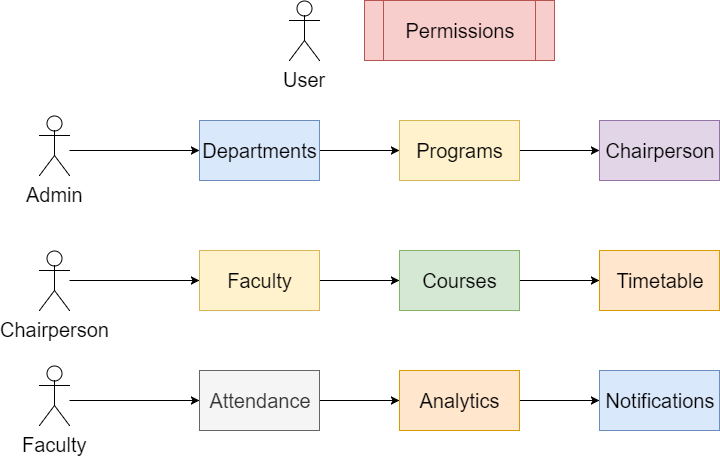
Above: docs/second_presentation/Features.png in pesumca/vibhaag (draw.io), before the change. Source tidied: cells renumbered, new cells last; positions are measured from the earlier drawing's top-left corner, leaving out a move shared by most shapes.
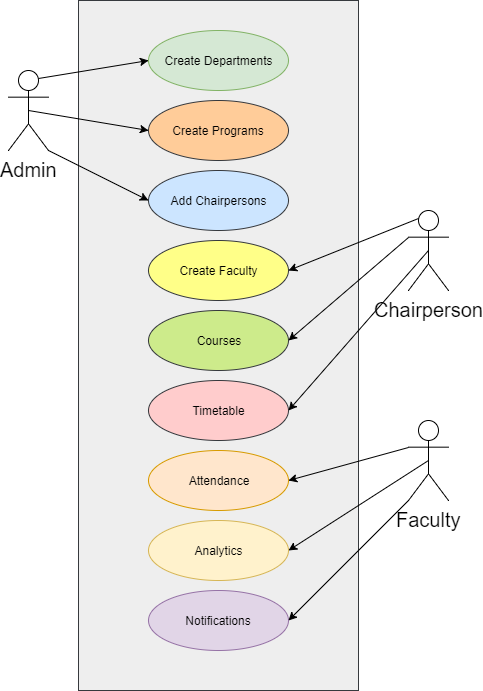
Above is the later version.

Diff of the diagram source:
```diff
@@ -2,79 +2,71 @@
   <root>
     <mxCell id="0" />
     <mxCell id="1" parent="0" />
-    <mxCell id="2" value="User" style="shape=umlActor;verticalLabelPosition=bottom;labelBackgroundColor=#ffffff;verticalAlign=top;html=1;fontSize=20;" parent="1" vertex="1">
-      <mxGeometry x="250" width="30" height="60" as="geometry" />
-    </mxCell>
+    <mxCell id="25" style="rounded=0;whiteSpace=wrap;html=1;fillColor=#eeeeee;strokeColor=#36393d;" parent="1" vertex="1">
+      <mxGeometry x="190" y="-10" width="280" height="690" as="geometry" />
+    </mxCell>
     <mxCell id="3" value="Admin" style="shape=umlActor;verticalLabelPosition=bottom;labelBackgroundColor=#ffffff;verticalAlign=top;html=1;outlineConnect=0;fontSize=20;" parent="1" vertex="1">
-      <mxGeometry y="115" width="30" height="60" as="geometry" />
+      <mxGeometry x="120" y="60" width="40" height="80" as="geometry" />
     </mxCell>
     <mxCell id="4" value="Faculty&lt;br style=&quot;font-size: 20px&quot;&gt;" style="shape=umlActor;verticalLabelPosition=bottom;labelBackgroundColor=#ffffff;verticalAlign=top;html=1;outlineConnect=0;fontSize=20;" parent="1" vertex="1">
-      <mxGeometry y="365" width="30" height="60" as="geometry" />
+      <mxGeometry x="520" y="410" width="40" height="80" as="geometry" />
     </mxCell>
-    <mxCell id="5" style="edgeStyle=orthogonalEdgeStyle;rounded=0;html=1;jettySize=auto;entryX=0;entryY=0.5;entryDx=0;entryDy=0;fontSize=20;" parent="1" edge="1" source="6" target="18">
-      <mxGeometry relative="1" as="geometry" />
-    </mxCell>
     <mxCell id="6" value="Chairperson" style="shape=umlActor;verticalLabelPosition=bottom;labelBackgroundColor=#ffffff;verticalAlign=top;html=1;outlineConnect=0;fontSize=20;" parent="1" vertex="1">
-      <mxGeometry y="250" width="30" height="60" as="geometry" />
+      <mxGeometry x="520" y="200" width="40" height="80" as="geometry" />
     </mxCell>
-    <mxCell id="7" style="edgeStyle=orthogonalEdgeStyle;rounded=0;html=1;jettySize=auto;fontSize=20;" parent="1" edge="1" source="8" target="10">
-      <mxGeometry relative="1" as="geometry" />
-    </mxCell>
-    <mxCell id="8" value="Departments" style="rounded=0;whiteSpace=wrap;html=1;fontSize=20;fillColor=#dae8fc;strokeColor=#6c8ebf;" parent="1" vertex="1">
-      <mxGeometry x="160" y="120" width="120" height="60" as="geometry" />
-    </mxCell>
-    <mxCell id="9" style="edgeStyle=orthogonalEdgeStyle;rounded=0;html=1;jettySize=auto;fontSize=20;" parent="1" edge="1" source="10" target="11">
-      <mxGeometry relative="1" as="geometry" />
-    </mxCell>
-    <mxCell id="10" value="Programs" style="rounded=0;whiteSpace=wrap;html=1;fontSize=20;fillColor=#fff2cc;strokeColor=#d6b656;" parent="1" vertex="1">
-      <mxGeometry x="360" y="120" width="120" height="60" as="geometry" />
-    </mxCell>
-    <mxCell id="11" value="Chairperson" style="rounded=0;whiteSpace=wrap;html=1;fontSize=20;fillColor=#e1d5e7;strokeColor=#9673a6;" parent="1" vertex="1">
-      <mxGeometry x="560" y="120" width="120" height="60" as="geometry" />
-    </mxCell>
-    <mxCell id="12" style="edgeStyle=orthogonalEdgeStyle;rounded=0;html=1;jettySize=auto;fontSize=20;" parent="1" edge="1" source="13" target="15">
-      <mxGeometry relative="1" as="geometry" />
-    </mxCell>
-    <mxCell id="13" value="Attendance" style="rounded=0;whiteSpace=wrap;html=1;fontSize=20;fillColor=#f5f5f5;strokeColor=#666666;fontColor=#333333;" parent="1" vertex="1">
-      <mxGeometry x="160" y="370" width="120" height="60" as="geometry" />
-    </mxCell>
-    <mxCell id="14" style="edgeStyle=orthogonalEdgeStyle;rounded=0;html=1;jettySize=auto;fontSize=20;" parent="1" edge="1" source="15" target="16">
-      <mxGeometry relative="1" as="geometry" />
-    </mxCell>
-    <mxCell id="15" value="Analytics" style="rounded=0;whiteSpace=wrap;html=1;fontSize=20;fillColor=#ffe6cc;strokeColor=#d79b00;" parent="1" vertex="1">
-      <mxGeometry x="360" y="370" width="120" height="60" as="geometry" />
-    </mxCell>
-    <mxCell id="16" value="Notifications" style="rounded=0;whiteSpace=wrap;html=1;fontSize=20;fillColor=#dae8fc;strokeColor=#6c8ebf;" parent="1" vertex="1">
-      <mxGeometry x="560" y="370" width="120" height="60" as="geometry" />
-    </mxCell>
-    <mxCell id="17" style="edgeStyle=orthogonalEdgeStyle;rounded=0;html=1;jettySize=auto;fontSize=20;" parent="1" edge="1" source="18" target="20">
-      <mxGeometry relative="1" as="geometry" />
-    </mxCell>
-    <mxCell id="18" value="Faculty" style="rounded=0;whiteSpace=wrap;html=1;fontSize=20;fillColor=#fff2cc;strokeColor=#d6b656;" parent="1" vertex="1">
-      <mxGeometry x="160" y="250" width="120" height="60" as="geometry" />
-    </mxCell>
-    <mxCell id="19" style="edgeStyle=orthogonalEdgeStyle;rounded=0;html=1;jettySize=auto;fontSize=20;" parent="1" edge="1" source="20" target="21">
-      <mxGeometry relative="1" as="geometry" />
-    </mxCell>
+    <mxCell id="26" value="&lt;font color=&quot;#000000&quot;&gt;Create Departments&lt;/font&gt;" style="ellipse;whiteSpace=wrap;html=1;fillColor=#d5e8d4;strokeColor=#82b366;" parent="1" vertex="1">
+      <mxGeometry x="260" y="20" width="140" height="60" as="geometry" />
+    </mxCell>
+    <mxCell id="27" value="Add Chairpersons" style="ellipse;whiteSpace=wrap;html=1;fillColor=#cce5ff;strokeColor=#36393d;" parent="1" vertex="1">
+      <mxGeometry x="260" y="160" width="140" height="60" as="geometry" />
+    </mxCell>
+    <mxCell id="28" value="Create Faculty" style="ellipse;whiteSpace=wrap;html=1;fillColor=#ffff88;strokeColor=#36393d;" parent="1" vertex="1">
+      <mxGeometry x="260" y="230" width="140" height="60" as="geometry" />
+    </mxCell>
+    <mxCell id="29" value="Create Programs" style="ellipse;whiteSpace=wrap;html=1;fillColor=#ffcc99;strokeColor=#36393d;" parent="1" vertex="1">
+      <mxGeometry x="260" y="90" width="140" height="60" as="geometry" />
+    </mxCell>
-    <mxCell id="20" value="Courses" style="rounded=0;whiteSpace=wrap;html=1;fontSize=20;fillColor=#d5e8d4;strokeColor=#82b366;" parent="1" vertex="1">
-      <mxGeometry x="360" y="250" width="120" height="60" as="geometry" />
+    <mxCell id="20" value="Courses" style="ellipse;whiteSpace=wrap;html=1;fillColor=#cdeb8b;strokeColor=#36393d;" parent="1" vertex="1">
+      <mxGeometry x="260" y="300" width="140" height="60" as="geometry" />
     </mxCell>
-    <mxCell id="21" value="Timetable" style="rounded=0;whiteSpace=wrap;html=1;fontSize=20;fillColor=#ffe6cc;strokeColor=#d79b00;" parent="1" vertex="1">
-      <mxGeometry x="560" y="250" width="120" height="60" as="geometry" />
+    <mxCell id="21" value="Timetable" style="ellipse;whiteSpace=wrap;html=1;fillColor=#ffcccc;strokeColor=#36393d;" parent="1" vertex="1">
+      <mxGeometry x="260" y="370" width="140" height="60" as="geometry" />
     </mxCell>
-    <mxCell id="22" style="endArrow=classic;html=1;entryX=0;entryY=0.5;entryDx=0;entryDy=0;fontSize=20;" parent="1" edge="1" target="8">
-      <mxGeometry relative="1" as="geometry">
-        <mxPoint x="30" y="150" as="sourcePoint" />
-      </mxGeometry>
-    </mxCell>
-    <mxCell id="23" style="edgeStyle=orthogonalEdgeStyle;rounded=0;html=1;jettySize=auto;orthogonalLoop=1;entryX=0;entryY=0.5;entryDx=0;entryDy=0;fontSize=20;" parent="1" edge="1">
-      <mxGeometry relative="1" as="geometry">
-        <mxPoint x="30" y="400" as="sourcePoint" />
-        <mxPoint x="160" y="400" as="targetPoint" />
-      </mxGeometry>
-    </mxCell>
-    <mxCell id="24" value="Permissions" style="shape=process;whiteSpace=wrap;html=1;backgroundOutline=1;fontSize=20;fillColor=#f8cecc;strokeColor=#b85450;" parent="1" vertex="1">
-      <mxGeometry x="325" width="190" height="60" as="geometry" />
-    </mxCell>
+    <mxCell id="13" value="Attendance" style="ellipse;whiteSpace=wrap;html=1;fillColor=#ffe6cc;strokeColor=#d79b00;" parent="1" vertex="1">
+      <mxGeometry x="260" y="440" width="140" height="60" as="geometry" />
+    </mxCell>
+    <mxCell id="15" value="Analytics" style="ellipse;whiteSpace=wrap;html=1;fillColor=#fff2cc;strokeColor=#d6b656;" parent="1" vertex="1">
+      <mxGeometry x="260" y="510" width="140" height="60" as="geometry" />
+    </mxCell>
+    <mxCell id="30" style="endArrow=classic;html=1;fontColor=#000000;exitX=0.75;exitY=0.1;exitDx=0;exitDy=0;exitPerimeter=0;entryX=0;entryY=0.5;entryDx=0;entryDy=0;" parent="1" edge="1" source="3" target="26">
+      <mxGeometry relative="1" as="geometry" />
+    </mxCell>
+    <mxCell id="31" style="endArrow=classic;html=1;fontColor=#000000;exitX=0.5;exitY=0.5;exitDx=0;exitDy=0;exitPerimeter=0;entryX=0;entryY=0.5;entryDx=0;entryDy=0;" parent="1" edge="1" source="3" target="29">
+      <mxGeometry relative="1" as="geometry" />
+    </mxCell>
+    <mxCell id="32" style="endArrow=classic;html=1;fontColor=#000000;exitX=1;exitY=1;exitDx=0;exitDy=0;exitPerimeter=0;entryX=0;entryY=0.5;entryDx=0;entryDy=0;" parent="1" edge="1" source="3" target="27">
+      <mxGeometry relative="1" as="geometry" />
+    </mxCell>
+    <mxCell id="33" style="endArrow=classic;html=1;fontColor=#000000;exitX=0.25;exitY=0.1;exitDx=0;exitDy=0;exitPerimeter=0;entryX=1;entryY=0.5;entryDx=0;entryDy=0;" parent="1" edge="1" source="6" target="28">
+      <mxGeometry relative="1" as="geometry" />
+    </mxCell>
+    <mxCell id="34" style="endArrow=classic;html=1;fontColor=#000000;exitX=0;exitY=0.3333333333333333;exitDx=0;exitDy=0;exitPerimeter=0;entryX=1;entryY=0.5;entryDx=0;entryDy=0;" parent="1" edge="1" source="6" target="20">
+      <mxGeometry relative="1" as="geometry" />
+    </mxCell>
+    <mxCell id="35" style="endArrow=classic;html=1;fontColor=#000000;exitX=0.5;exitY=0.5;exitDx=0;exitDy=0;exitPerimeter=0;entryX=1;entryY=0.5;entryDx=0;entryDy=0;" parent="1" edge="1" source="6" target="21">
+      <mxGeometry relative="1" as="geometry" />
+    </mxCell>
+    <mxCell id="16" value="Notifications" style="ellipse;whiteSpace=wrap;html=1;fillColor=#e1d5e7;strokeColor=#9673a6;" parent="1" vertex="1">
+      <mxGeometry x="260" y="580" width="140" height="60" as="geometry" />
+    </mxCell>
+    <mxCell id="36" style="endArrow=classic;html=1;fontColor=#000000;exitX=0;exitY=0.3333333333333333;exitDx=0;exitDy=0;exitPerimeter=0;entryX=1;entryY=0.5;entryDx=0;entryDy=0;" parent="1" edge="1" source="4" target="13">
+      <mxGeometry relative="1" as="geometry" />
+    </mxCell>
+    <mxCell id="37" style="endArrow=classic;html=1;fontColor=#000000;exitX=0;exitY=1;exitDx=0;exitDy=0;exitPerimeter=0;entryX=1;entryY=0.5;entryDx=0;entryDy=0;" parent="1" edge="1" source="4" target="16">
+      <mxGeometry relative="1" as="geometry" />
+    </mxCell>
+    <mxCell id="38" style="endArrow=classic;html=1;fontColor=#000000;exitX=0.5;exitY=0.5;exitDx=0;exitDy=0;exitPerimeter=0;entryX=1;entryY=0.5;entryDx=0;entryDy=0;" parent="1" edge="1" source="4" target="15">
+      <mxGeometry relative="1" as="geometry" />
+    </mxCell>
   </root>
 </mxGraphModel>
```
